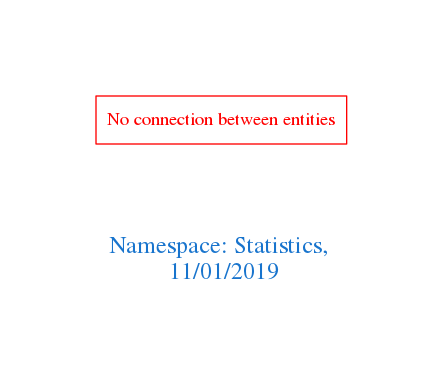
arago/OGIT keeps this Graphviz diagram as downloads/Statistics.png. Above is the earlier version. Its source is kept beside it as downloads/Statistics.dot.
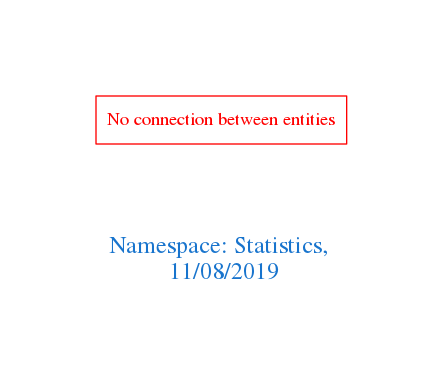
Later version of the same file.

The edit, as a diff of the source:
```diff
@@ -1,7 +1,7 @@
 digraph OGIT_ontology {
  graph [ rankdir= LR,pad=1
 fontsize = 18,
-fontcolor= dodgerblue3,label = "\n\n\nNamespace: Statistics, \n 11/01/2019"];
+fontcolor= dodgerblue3,label = "\n\n\nNamespace: Statistics, \n 11/08/2019"];
 node[shape=polygon];
 edge [  color="gray81"];
 
```
